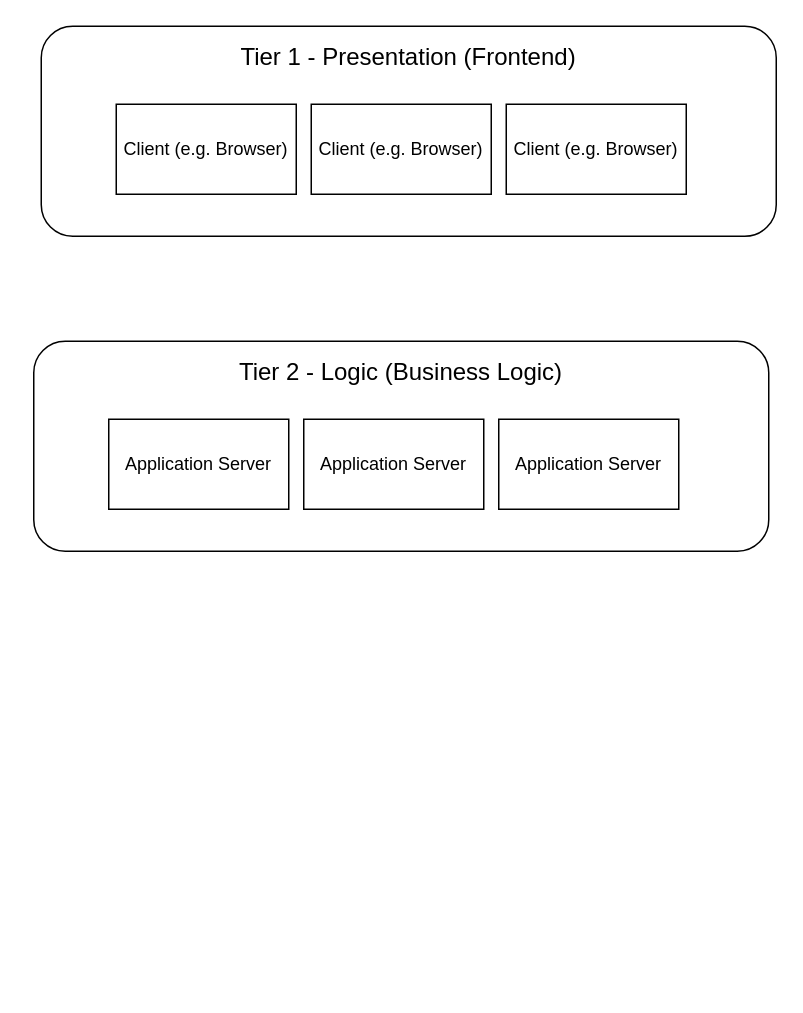
Earlier version of the draw.io diagram Three-Tier-Architecture.drawio (HVossi92/Drawings). Source tidied: cells renumbered, new cells numbered last; positions are measured from the earlier drawing's top-left corner, leaving out a move shared by most shapes. Both pictures are drawn from the tidied source at 150%, with x=0, y=0 at pixel (33, 26).
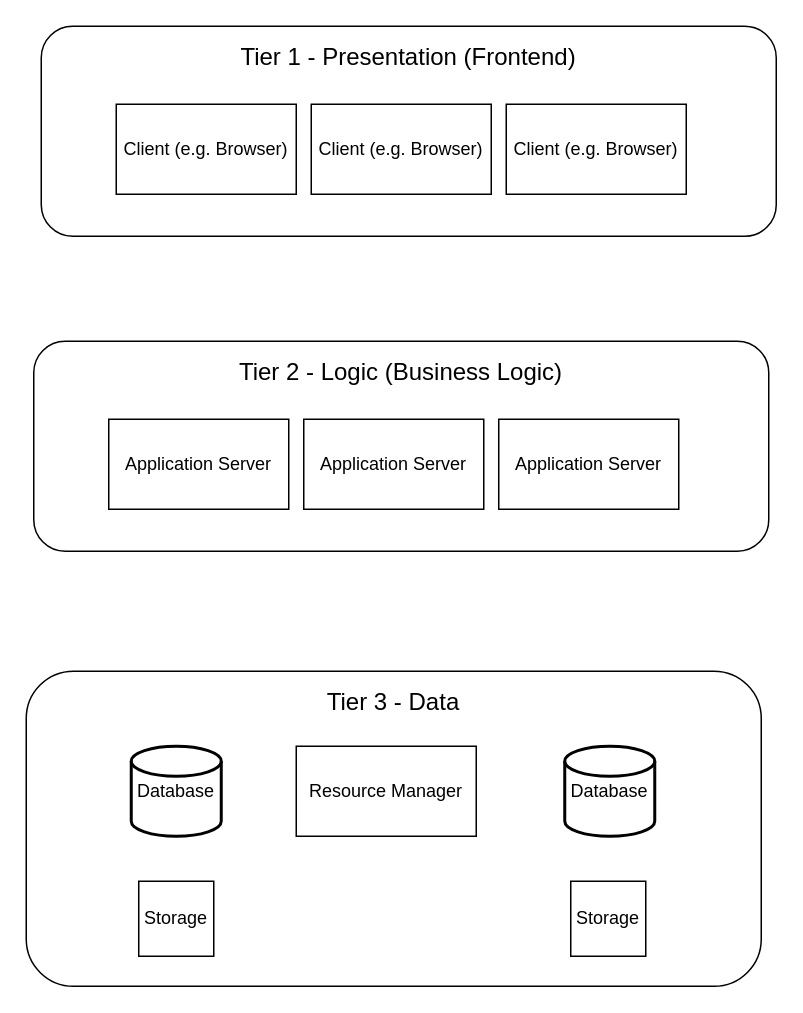
The same page after the edit.

Diff of the diagram source:
```diff
@@
 <mxGraphModel>
   <root>
     <mxCell id="0" />
     <mxCell id="1" parent="0" />
     <mxCell id="2" style="rounded=1;whiteSpace=wrap;html=1;" parent="1" vertex="1">
       <mxGeometry x="5" width="490" height="140" as="geometry" />
     </mxCell>
     <mxCell id="3" value="Client (e.g. Browser)" style="rounded=0;whiteSpace=wrap;html=1;" parent="1" vertex="1">
       <mxGeometry x="55" y="52" width="120" height="60" as="geometry" />
     </mxCell>
     <mxCell id="4" value="Client (e.g. Browser)" style="rounded=0;whiteSpace=wrap;html=1;" parent="1" vertex="1">
       <mxGeometry x="185" y="52" width="120" height="60" as="geometry" />
     </mxCell>
     <mxCell id="5" value="Client (e.g. Browser)" style="rounded=0;whiteSpace=wrap;html=1;" parent="1" vertex="1">
       <mxGeometry x="315" y="52" width="120" height="60" as="geometry" />
     </mxCell>
     <mxCell id="6" value="&lt;font style=&quot;font-size: 16px&quot;&gt;Tier 1 - Presentation (Frontend)&lt;/font&gt;" style="text;html=1;strokeColor=none;fillColor=none;align=center;verticalAlign=middle;whiteSpace=wrap;rounded=0;" parent="1" vertex="1">
       <mxGeometry x="130" y="10" width="240" height="20" as="geometry" />
     </mxCell>
     <mxCell id="7" style="rounded=1;whiteSpace=wrap;html=1;" parent="1" vertex="1">
       <mxGeometry y="210" width="490" height="140" as="geometry" />
     </mxCell>
     <mxCell id="8" value="Application Server" style="rounded=0;whiteSpace=wrap;html=1;" parent="1" vertex="1">
       <mxGeometry x="50" y="262" width="120" height="60" as="geometry" />
     </mxCell>
     <mxCell id="9" value="Application Server" style="rounded=0;whiteSpace=wrap;html=1;" parent="1" vertex="1">
       <mxGeometry x="180" y="262" width="120" height="60" as="geometry" />
     </mxCell>
     <mxCell id="10" value="Application Server" style="rounded=0;whiteSpace=wrap;html=1;" parent="1" vertex="1">
       <mxGeometry x="310" y="262" width="120" height="60" as="geometry" />
     </mxCell>
     <mxCell id="11" value="&lt;font style=&quot;font-size: 16px&quot;&gt;Tier 2 - Logic (Business Logic)&lt;/font&gt;" style="text;html=1;strokeColor=none;fillColor=none;align=center;verticalAlign=middle;whiteSpace=wrap;rounded=0;" parent="1" vertex="1">
       <mxGeometry x="125" y="220" width="240" height="20" as="geometry" />
     </mxCell>
+    <mxCell id="12" style="rounded=1;whiteSpace=wrap;html=1;" parent="1" vertex="1">
+      <mxGeometry x="-5" y="430" width="490" height="210" as="geometry" />
+    </mxCell>
+    <mxCell id="13" value="Resource Manager" style="rounded=0;whiteSpace=wrap;html=1;" parent="1" vertex="1">
+      <mxGeometry x="175" y="480" width="120" height="60" as="geometry" />
+    </mxCell>
+    <mxCell id="14" value="&lt;font style=&quot;font-size: 16px&quot;&gt;Tier 3 - Data&lt;/font&gt;" style="text;html=1;strokeColor=none;fillColor=none;align=center;verticalAlign=middle;whiteSpace=wrap;rounded=0;" parent="1" vertex="1">
+      <mxGeometry x="120" y="440" width="240" height="20" as="geometry" />
+    </mxCell>
+    <mxCell id="15" value="Database" style="strokeWidth=2;html=1;shape=mxgraph.flowchart.database;whiteSpace=wrap;" parent="1" vertex="1">
+      <mxGeometry x="65" y="480" width="60" height="60" as="geometry" />
+    </mxCell>
+    <mxCell id="16" value="Database" style="strokeWidth=2;html=1;shape=mxgraph.flowchart.database;whiteSpace=wrap;" parent="1" vertex="1">
+      <mxGeometry x="354" y="480" width="60" height="60" as="geometry" />
+    </mxCell>
+    <mxCell id="17" value="Storage" style="whiteSpace=wrap;html=1;" parent="1" vertex="1">
+      <mxGeometry x="70" y="570" width="50" height="50" as="geometry" />
+    </mxCell>
+    <mxCell id="18" value="Storage" style="whiteSpace=wrap;html=1;" parent="1" vertex="1">
+      <mxGeometry x="358" y="570" width="50" height="50" as="geometry" />
+    </mxCell>
   </root>
 </mxGraphModel>
```
